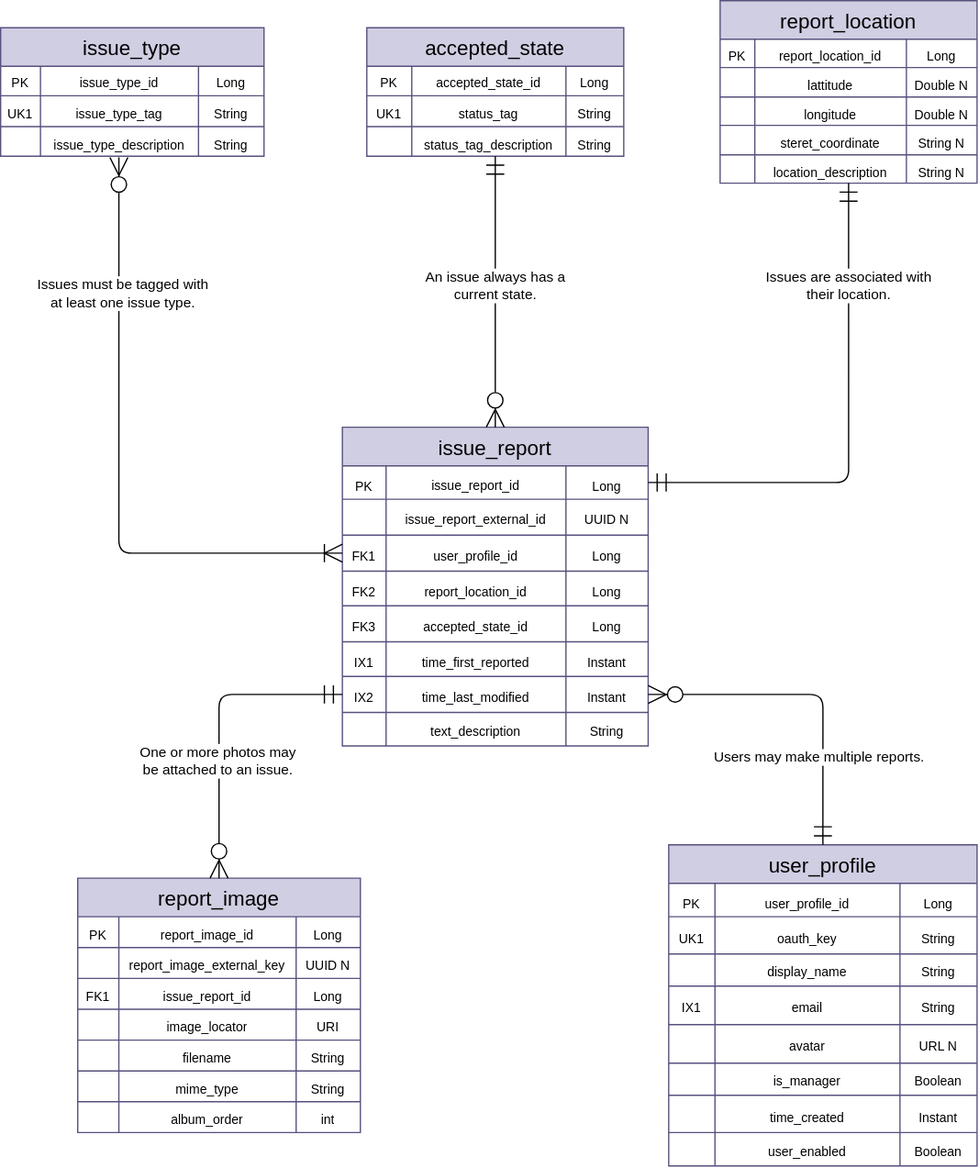
This is docs/img/ERD.svg from dd-java-22/capstone, a draw.io export, as it was before one commit. Source tidied: cells renumbered, new cells last; positions are measured from the earlier drawing's top-left corner, leaving out a move shared by most shapes.
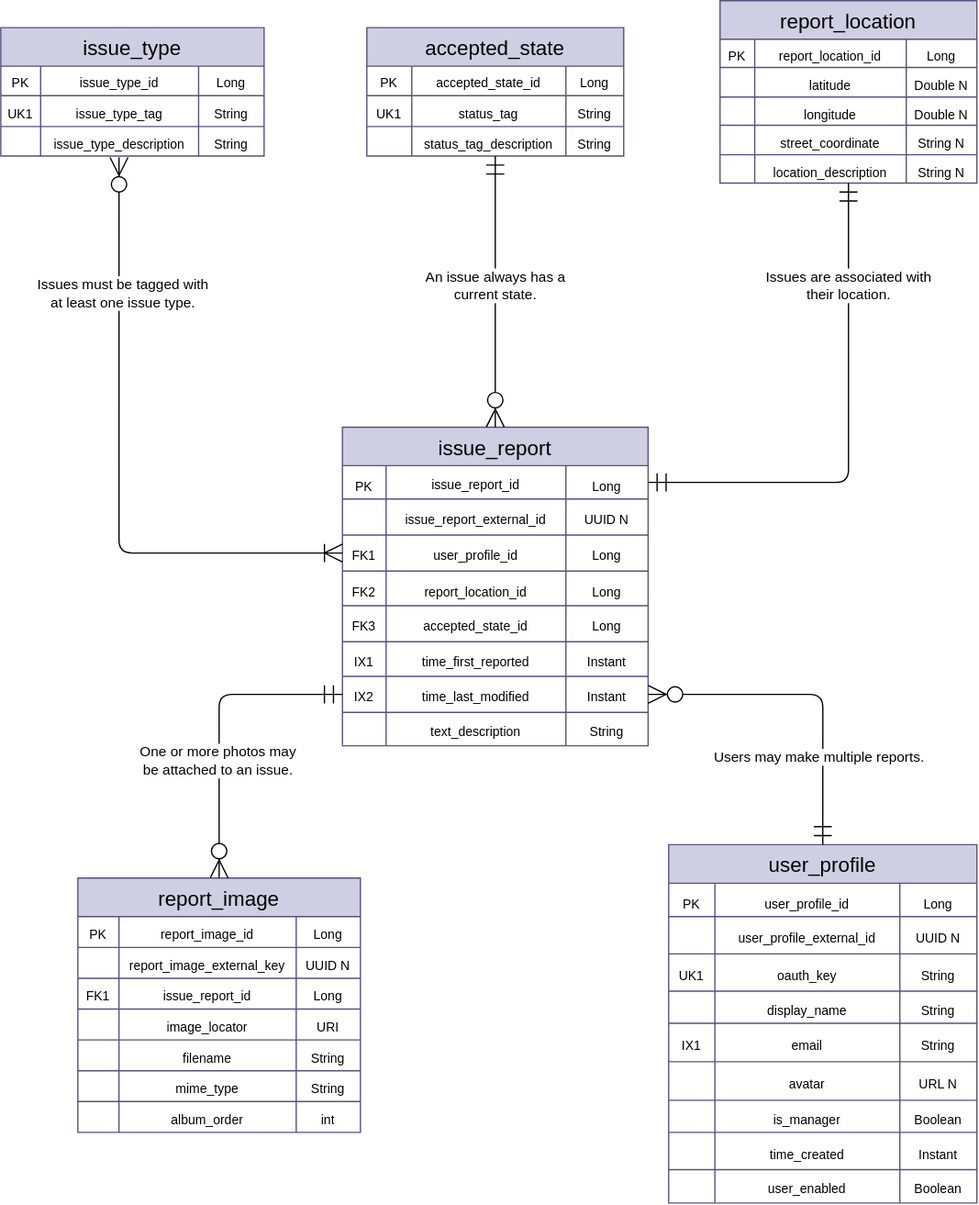
After the change.

Commit message:
Fixed typos and omission in ERD.

Change to the diagram source:
```diff
@@ -212,7 +212,7 @@
     <mxCell id="71" style="shape=partialRectangle;html=1;whiteSpace=wrap;strokeColor=inherit;overflow=hidden;fillColor=none;top=0;left=0;bottom=0;right=0;fontSize=16;" parent="70" vertex="1">
       <mxGeometry width="27" height="23" as="geometry" />
     </mxCell>
-    <mxCell id="72" value="&lt;span style=&quot;font-size: x-small;&quot;&gt;lattitude&lt;/span&gt;" style="shape=partialRectangle;html=1;whiteSpace=wrap;strokeColor=inherit;overflow=hidden;fillColor=none;top=0;left=0;bottom=0;right=0;fontSize=16;" parent="70" vertex="1">
+    <mxCell id="72" value="&lt;span style=&quot;font-size: x-small;&quot;&gt;latitude&lt;/span&gt;" style="shape=partialRectangle;html=1;whiteSpace=wrap;strokeColor=inherit;overflow=hidden;fillColor=none;top=0;left=0;bottom=0;right=0;fontSize=16;" parent="70" vertex="1">
       <mxGeometry x="27" width="118" height="23" as="geometry" />
     </mxCell>
     <mxCell id="73" value="&lt;span style=&quot;font-size: x-small;&quot;&gt;Double N&lt;/span&gt;" style="shape=partialRectangle;html=1;whiteSpace=wrap;strokeColor=inherit;overflow=hidden;fillColor=none;top=0;left=0;bottom=0;right=0;fontSize=16;" parent="70" vertex="1">
@@ -236,7 +236,7 @@
     <mxCell id="79" style="shape=partialRectangle;html=1;whiteSpace=wrap;strokeColor=inherit;overflow=hidden;fillColor=none;top=0;left=0;bottom=0;right=0;fontSize=16;" parent="78" vertex="1">
       <mxGeometry width="27" height="23" as="geometry" />
     </mxCell>
-    <mxCell id="80" value="&lt;span style=&quot;font-size: x-small;&quot;&gt;steret_coordinate&lt;/span&gt;" style="shape=partialRectangle;html=1;whiteSpace=wrap;strokeColor=inherit;overflow=hidden;fillColor=none;top=0;left=0;bottom=0;right=0;fontSize=16;" parent="78" vertex="1">
+    <mxCell id="80" value="&lt;span style=&quot;font-size: x-small;&quot;&gt;street_coordinate&lt;/span&gt;" style="shape=partialRectangle;html=1;whiteSpace=wrap;strokeColor=inherit;overflow=hidden;fillColor=none;top=0;left=0;bottom=0;right=0;fontSize=16;" parent="78" vertex="1">
       <mxGeometry x="27" width="118" height="23" as="geometry" />
     </mxCell>
     <mxCell id="81" value="&lt;span style=&quot;font-size: x-small;&quot;&gt;String N&lt;/span&gt;" style="shape=partialRectangle;html=1;whiteSpace=wrap;strokeColor=inherit;overflow=hidden;fillColor=none;top=0;left=0;bottom=0;right=0;fontSize=16;" parent="78" vertex="1">
@@ -348,7 +348,7 @@
       <mxGeometry x="530" y="852" width="10" height="10" as="geometry" />
     </mxCell>
     <mxCell id="117" value="user_profile" style="shape=table;startSize=30;strokeColor=#56517e;fontSize=16;fillColor=#d0cee2;" parent="1" vertex="1">
-      <mxGeometry x="520" y="657" width="240" height="250" as="geometry" />
+      <mxGeometry x="520" y="657" width="240" height="279" as="geometry" />
     </mxCell>
     <mxCell id="118" style="shape=tableRow;horizontal=0;startSize=0;swimlaneHead=0;swimlaneBody=0;strokeColor=inherit;top=0;left=0;bottom=0;right=0;fillColor=none;fontSize=16;" parent="117" vertex="1">
       <mxGeometry y="30" width="240" height="26" as="geometry" />
@@ -362,8 +362,20 @@
     <mxCell id="121" value="&lt;font size=&quot;1&quot;&gt;Long&lt;/font&gt;" style="shape=partialRectangle;html=1;whiteSpace=wrap;strokeColor=inherit;overflow=hidden;fillColor=none;top=0;left=0;bottom=0;right=0;fontSize=16;verticalAlign=bottom;" parent="118" vertex="1">
       <mxGeometry x="180" width="60" height="26" as="geometry" />
     </mxCell>
+    <mxCell id="160" style="shape=tableRow;horizontal=0;startSize=0;swimlaneHead=0;swimlaneBody=0;strokeColor=inherit;top=0;left=0;bottom=0;right=0;fillColor=none;fontSize=16;" parent="117" vertex="1">
+      <mxGeometry y="56" width="240" height="29" as="geometry" />
+    </mxCell>
+    <mxCell id="161" style="shape=partialRectangle;html=1;whiteSpace=wrap;strokeColor=inherit;overflow=hidden;fillColor=none;top=0;left=0;bottom=0;right=0;fontSize=16;" parent="160" vertex="1">
+      <mxGeometry width="36" height="29" as="geometry" />
+    </mxCell>
+    <mxCell id="162" value="&lt;font style=&quot;font-size: 10px;&quot;&gt;user_profile_external_id&lt;/font&gt;" style="shape=partialRectangle;html=1;whiteSpace=wrap;strokeColor=inherit;overflow=hidden;fillColor=none;top=0;left=0;bottom=0;right=0;fontSize=16;" parent="160" vertex="1">
+      <mxGeometry x="36" width="144" height="29" as="geometry" />
+    </mxCell>
+    <mxCell id="163" value="&lt;font size=&quot;1&quot;&gt;UUID N&lt;/font&gt;" style="shape=partialRectangle;html=1;whiteSpace=wrap;strokeColor=inherit;overflow=hidden;fillColor=none;top=0;left=0;bottom=0;right=0;fontSize=16;" parent="160" vertex="1">
+      <mxGeometry x="180" width="60" height="29" as="geometry" />
+    </mxCell>
     <mxCell id="122" style="shape=tableRow;horizontal=0;startSize=0;swimlaneHead=0;swimlaneBody=0;strokeColor=inherit;top=0;left=0;bottom=0;right=0;fillColor=none;fontSize=16;" parent="117" vertex="1">
-      <mxGeometry y="56" width="240" height="29" as="geometry" />
+      <mxGeometry y="85" width="240" height="29" as="geometry" />
     </mxCell>
     <mxCell id="123" value="&lt;span style=&quot;font-size: x-small;&quot;&gt;UK1&lt;/span&gt;" style="shape=partialRectangle;html=1;whiteSpace=wrap;strokeColor=inherit;overflow=hidden;fillColor=none;top=0;left=0;bottom=0;right=0;fontSize=16;" parent="122" vertex="1">
       <mxGeometry width="36" height="29" as="geometry" />
@@ -375,7 +387,7 @@
       <mxGeometry x="180" width="60" height="29" as="geometry" />
     </mxCell>
     <mxCell id="126" style="shape=tableRow;horizontal=0;startSize=0;swimlaneHead=0;swimlaneBody=0;strokeColor=inherit;top=0;left=0;bottom=0;right=0;fillColor=none;fontSize=16;" parent="117" vertex="1">
-      <mxGeometry y="85" width="240" height="25" as="geometry" />
+      <mxGeometry y="114" width="240" height="25" as="geometry" />
     </mxCell>
     <mxCell id="127" style="shape=partialRectangle;html=1;whiteSpace=wrap;strokeColor=inherit;overflow=hidden;fillColor=none;top=0;left=0;bottom=0;right=0;fontSize=16;" parent="126" vertex="1">
       <mxGeometry width="36" height="25" as="geometry" />
@@ -387,7 +399,7 @@
       <mxGeometry x="180" width="60" height="25" as="geometry" />
     </mxCell>
     <mxCell id="130" style="shape=tableRow;horizontal=0;startSize=0;swimlaneHead=0;swimlaneBody=0;strokeColor=inherit;top=0;left=0;bottom=0;right=0;fillColor=none;fontSize=16;" parent="117" vertex="1">
-      <mxGeometry y="110" width="240" height="30" as="geometry" />
+      <mxGeometry y="139" width="240" height="30" as="geometry" />
     </mxCell>
     <mxCell id="131" value="&lt;span style=&quot;font-size: x-small;&quot;&gt;IX1&lt;/span&gt;" style="shape=partialRectangle;html=1;whiteSpace=wrap;strokeColor=inherit;overflow=hidden;fillColor=none;top=0;left=0;bottom=0;right=0;fontSize=16;" parent="130" vertex="1">
       <mxGeometry width="36" height="30" as="geometry" />
@@ -399,7 +411,7 @@
       <mxGeometry x="180" width="60" height="30" as="geometry" />
     </mxCell>
     <mxCell id="134" style="shape=tableRow;horizontal=0;startSize=0;swimlaneHead=0;swimlaneBody=0;strokeColor=inherit;top=0;left=0;bottom=0;right=0;fillColor=none;fontSize=16;" parent="117" vertex="1">
-      <mxGeometry y="140" width="240" height="30" as="geometry" />
+      <mxGeometry y="169" width="240" height="30" as="geometry" />
     </mxCell>
     <mxCell id="135" style="shape=partialRectangle;html=1;whiteSpace=wrap;strokeColor=inherit;overflow=hidden;fillColor=none;top=0;left=0;bottom=0;right=0;fontSize=16;" parent="134" vertex="1">
       <mxGeometry width="36" height="30" as="geometry" />
@@ -411,7 +423,7 @@
       <mxGeometry x="180" width="60" height="30" as="geometry" />
     </mxCell>
     <mxCell id="138" style="shape=tableRow;horizontal=0;startSize=0;swimlaneHead=0;swimlaneBody=0;strokeColor=inherit;top=0;left=0;bottom=0;right=0;fillColor=none;fontSize=16;" parent="117" vertex="1">
-      <mxGeometry y="170" width="240" height="25" as="geometry" />
+      <mxGeometry y="199" width="240" height="25" as="geometry" />
     </mxCell>
     <mxCell id="139" style="shape=partialRectangle;html=1;whiteSpace=wrap;strokeColor=inherit;overflow=hidden;fillColor=none;top=0;left=0;bottom=0;right=0;fontSize=16;" parent="138" vertex="1">
       <mxGeometry width="36" height="25" as="geometry" />
@@ -423,7 +435,7 @@
       <mxGeometry x="180" width="60" height="25" as="geometry" />
     </mxCell>
     <mxCell id="142" style="shape=tableRow;horizontal=0;startSize=0;swimlaneHead=0;swimlaneBody=0;strokeColor=inherit;top=0;left=0;bottom=0;right=0;fillColor=none;fontSize=16;" parent="117" vertex="1">
-      <mxGeometry y="195" width="240" height="29" as="geometry" />
+      <mxGeometry y="224" width="240" height="29" as="geometry" />
     </mxCell>
     <mxCell id="143" style="shape=partialRectangle;html=1;whiteSpace=wrap;strokeColor=inherit;overflow=hidden;fillColor=none;top=0;left=0;bottom=0;right=0;fontSize=16;" parent="142" vertex="1">
       <mxGeometry width="36" height="29" as="geometry" />
@@ -435,7 +447,7 @@
       <mxGeometry x="180" width="60" height="29" as="geometry" />
     </mxCell>
     <mxCell id="146" style="shape=tableRow;horizontal=0;startSize=0;swimlaneHead=0;swimlaneBody=0;strokeColor=inherit;top=0;left=0;bottom=0;right=0;fillColor=none;fontSize=16;" parent="117" vertex="1">
-      <mxGeometry y="224" width="240" height="26" as="geometry" />
+      <mxGeometry y="253" width="240" height="26" as="geometry" />
     </mxCell>
     <mxCell id="147" style="shape=partialRectangle;html=1;whiteSpace=wrap;strokeColor=inherit;overflow=hidden;fillColor=none;top=0;left=0;bottom=0;right=0;fontSize=16;" parent="146" vertex="1">
       <mxGeometry width="36" height="26" as="geometry" />
```
